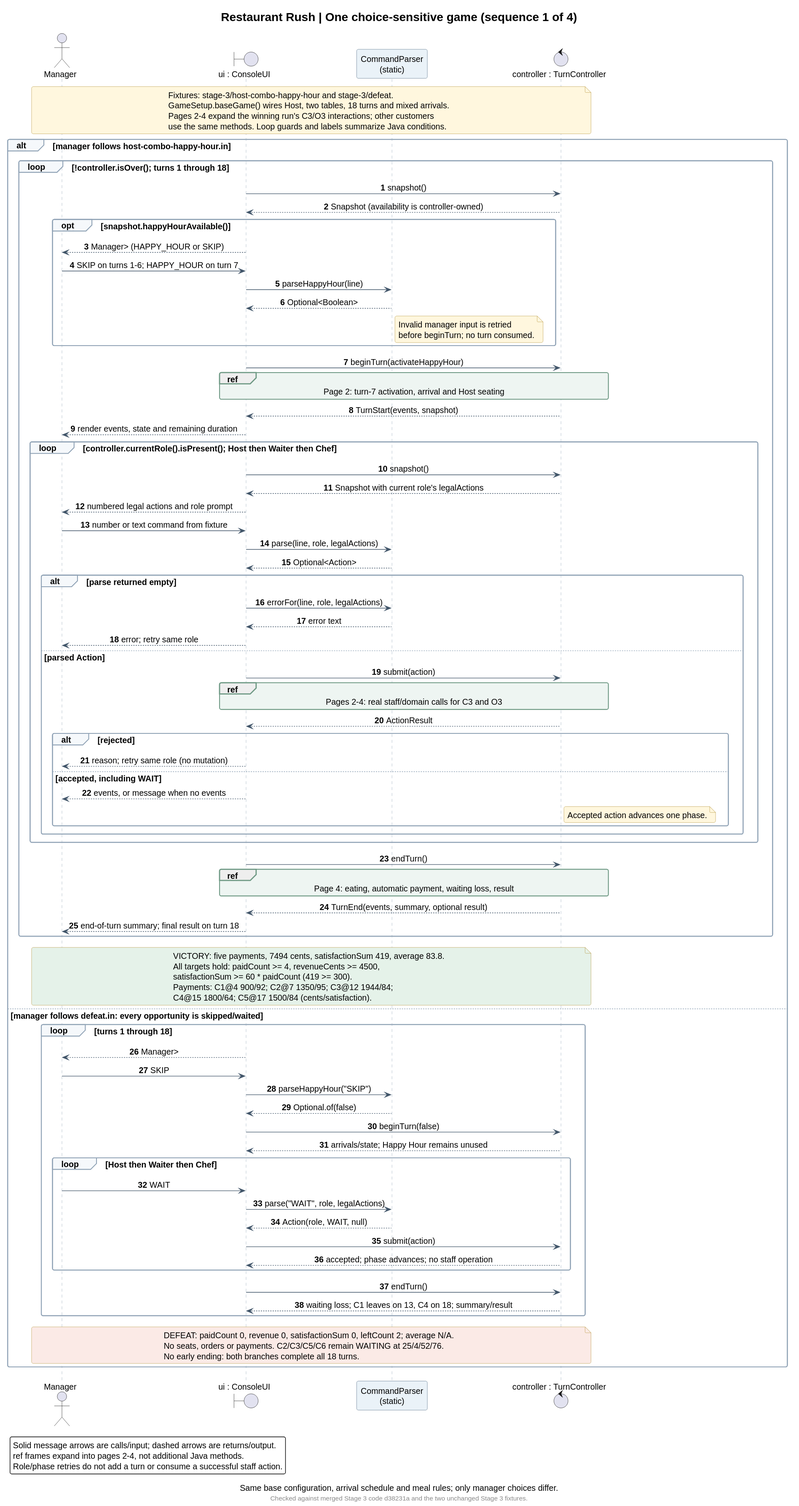
Above: docs/diagrams/exports/sequence-1-game.svg in respoopu/SC2002-lab-assignment-final (PlantUML), before the change. Its source is kept beside it as docs/diagrams/sequence-1-game.puml. Its diagram source:
```plantuml
@startuml sequence-1-game
!include style.iuml
title Restaurant Rush | One choice-sensitive game (sequence 1 of 4)
caption Same base configuration, arrival schedule and meal rules; only manager choices differ.
actor Manager
boundary "ui : ConsoleUI" as UI
participant "CommandParser\n(static)" as Parser
control "controller : TurnController" as TC
autonumber

note over Manager, TC
  Fixtures: stage-3/host-combo-happy-hour and stage-3/defeat.
  GameSetup.baseGame() wires Host, two tables, 18 turns and mixed arrivals.
  Pages 2-4 expand the winning run's C3/O3 interactions; other customers
  use the same methods. Loop guards and labels summarize Java conditions.
end note

alt manager follows host-combo-happy-hour.in
  loop !controller.isOver(); turns 1 through 18
    UI -> TC : snapshot()
    TC --> UI : Snapshot (availability is controller-owned)
    opt snapshot.happyHourAvailable()
      UI --> Manager : Manager> (HAPPY_HOUR or SKIP)
      Manager -> UI : SKIP on turns 1-6; HAPPY_HOUR on turn 7
      UI -> Parser : parseHappyHour(line)
      Parser --> UI : Optional<Boolean>
      note right of Parser
        Invalid manager input is retried
        before beginTurn; no turn consumed.
      end note
    end
    UI -> TC : beginTurn(activateHappyHour)
    ref over UI, TC : Page 2: turn-7 activation, arrival and Host seating
    TC --> UI : TurnStart(events, snapshot)
    UI --> Manager : render events, state and remaining duration
    loop controller.currentRole().isPresent(); Host then Waiter then Chef
      UI -> TC : snapshot()
      TC --> UI : Snapshot with current role's legalActions
      UI --> Manager : numbered legal actions and role prompt
      Manager -> UI : number or text command from fixture
      UI -> Parser : parse(line, role, legalActions)
      Parser --> UI : Optional<Action>
      alt parse returned empty
        UI -> Parser : errorFor(line, role, legalActions)
        Parser --> UI : error text
        UI --> Manager : error; retry same role
      else parsed Action
        UI -> TC : submit(action)
        ref over UI, TC : Pages 2-4: real staff/domain calls for C3 and O3
        TC --> UI : ActionResult
        alt rejected
          UI --> Manager : reason; retry same role (no mutation)
        else accepted, including WAIT
          UI --> Manager : events, or message when no events
          note right of TC : Accepted action advances one phase.
        end
      end
    end
    UI -> TC : endTurn()
    ref over UI, TC : Page 4: eating, automatic payment, waiting loss, result
    TC --> UI : TurnEnd(events, summary, optional result)
    UI --> Manager : end-of-turn summary; final result on turn 18
  end
  note over Manager, TC #E5F2E9
    VICTORY: five payments, 7494 cents, satisfactionSum 419, average 83.8.
    All targets hold: paidCount >= 4, revenueCents >= 4500,
    satisfactionSum >= 60 * paidCount (419 >= 300).
    Payments: C1@4 900/92; C2@7 1350/95; C3@12 1944/84;
    C4@15 1800/64; C5@17 1500/84 (cents/satisfaction).
  end note
else manager follows defeat.in: every opportunity is skipped/waited
  loop turns 1 through 18
    UI --> Manager : Manager>
    Manager -> UI : SKIP
    UI -> Parser : parseHappyHour("SKIP")
    Parser --> UI : Optional.of(false)
    UI -> TC : beginTurn(false)
    TC --> UI : arrivals/state; Happy Hour remains unused
    loop Host then Waiter then Chef
      Manager -> UI : WAIT
      UI -> Parser : parse("WAIT", role, legalActions)
      Parser --> UI : Action(role, WAIT, null)
      UI -> TC : submit(action)
      TC --> UI : accepted; phase advances; no staff operation
    end
    UI -> TC : endTurn()
    TC --> UI : waiting loss; C1 leaves on 13, C4 on 18; summary/result
  end
  note over Manager, TC #FBEAE6
    DEFEAT: paidCount 0, revenue 0, satisfactionSum 0, leftCount 2; average N/A.
    No seats, orders or payments. C2/C3/C5/C6 remain WAITING at 25/4/52/76.
    No early ending: both branches complete all 18 turns.
  end note
end

legend bottom left
  Solid message arrows are calls/input; dashed arrows are returns/output.
  ref frames expand into pages 2-4, not additional Java methods.
  Role/phase retries do not add a turn or consume a successful staff action.
endlegend
footer Checked against merged Stage 3 code d38231a and the two unchanged Stage 3 fixtures.
@enduml
```
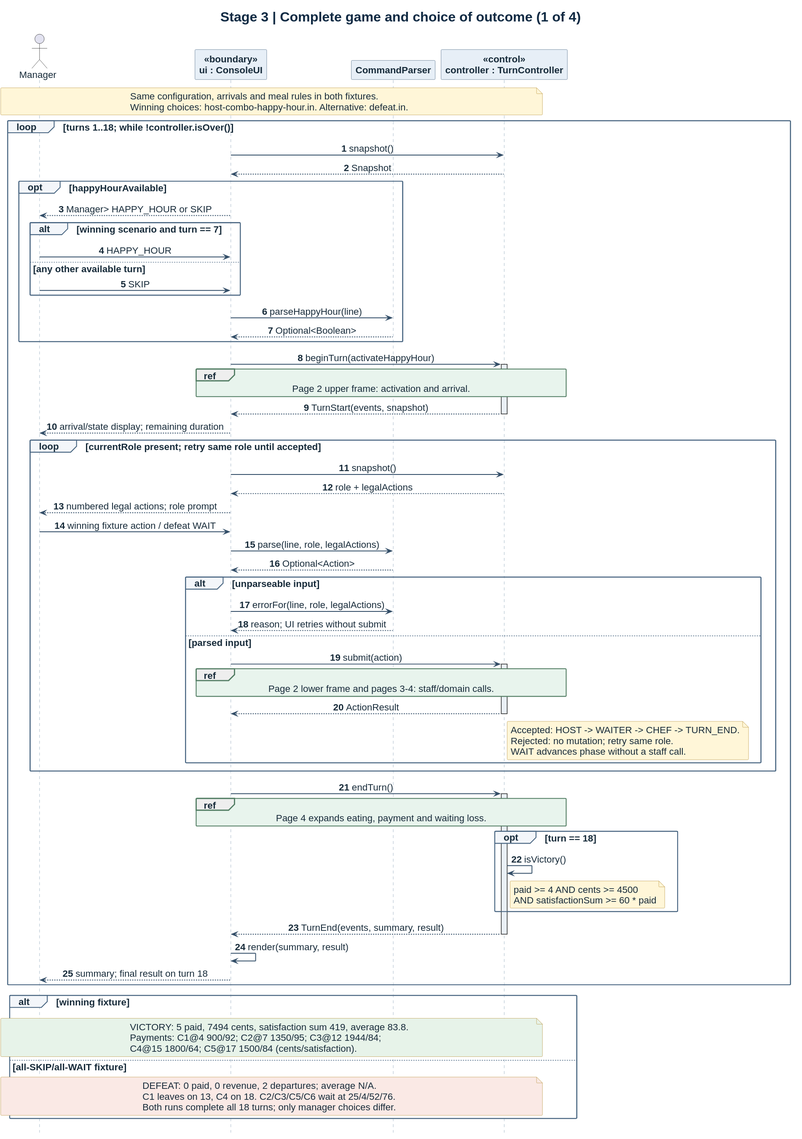
After the commit.

Change to the diagram source:
```diff
@@ -1,102 +1,77 @@
 @startuml sequence-1-game
 !include style.iuml
-title Restaurant Rush | One choice-sensitive game (sequence 1 of 4)
-caption Same base configuration, arrival schedule and meal rules; only manager choices differ.
+title Stage 3 | Complete game and choice of outcome (1 of 4)
+hide footbox
 actor Manager
-boundary "ui : ConsoleUI" as UI
-participant "CommandParser\n(static)" as Parser
-control "controller : TurnController" as TC
+participant "ui : ConsoleUI" as UI <<boundary>>
+participant CommandParser as Parser
+participant "controller : TurnController" as TC <<control>>
 autonumber
 
 note over Manager, TC
-  Fixtures: stage-3/host-combo-happy-hour and stage-3/defeat.
-  GameSetup.baseGame() wires Host, two tables, 18 turns and mixed arrivals.
-  Pages 2-4 expand the winning run's C3/O3 interactions; other customers
-  use the same methods. Loop guards and labels summarize Java conditions.
+  Same configuration, arrivals and meal rules in both fixtures.
+  Winning choices: host-combo-happy-hour.in. Alternative: defeat.in.
 end note
-
-alt manager follows host-combo-happy-hour.in
-  loop !controller.isOver(); turns 1 through 18
+loop turns 1..18; while !controller.isOver()
+  UI -> TC : snapshot()
+  TC --> UI : Snapshot
+  opt happyHourAvailable
+    UI --> Manager : Manager> HAPPY_HOUR or SKIP
+    alt winning scenario and turn == 7
+      Manager -> UI : HAPPY_HOUR
+    else any other available turn
+      Manager -> UI : SKIP
+    end
+    UI -> Parser : parseHappyHour(line)
+    Parser --> UI : Optional<Boolean>
+  end
+  UI -> TC ++ : beginTurn(activateHappyHour)
+  ref over UI, TC : Page 2 upper frame: activation and arrival.
+  TC --> UI -- : TurnStart(events, snapshot)
+  UI --> Manager : arrival/state display; remaining duration
+  loop currentRole present; retry same role until accepted
     UI -> TC : snapshot()
-    TC --> UI : Snapshot (availability is controller-owned)
-    opt snapshot.happyHourAvailable()
-      UI --> Manager : Manager> (HAPPY_HOUR or SKIP)
-      Manager -> UI : SKIP on turns 1-6; HAPPY_HOUR on turn 7
-      UI -> Parser : parseHappyHour(line)
-      Parser --> UI : Optional<Boolean>
-      note right of Parser
-        Invalid manager input is retried
-        before beginTurn; no turn consumed.
+    TC --> UI : role + legalActions
+    UI --> Manager : numbered legal actions; role prompt
+    Manager -> UI : winning fixture action / defeat WAIT
+    UI -> Parser : parse(line, role, legalActions)
+    Parser --> UI : Optional<Action>
+    alt unparseable input
+      UI -> Parser : errorFor(line, role, legalActions)
+      Parser --> UI : reason; UI retries without submit
+    else parsed input
+      UI -> TC ++ : submit(action)
+      ref over UI, TC : Page 2 lower frame and pages 3-4: staff/domain calls.
+      TC --> UI -- : ActionResult
+      note right of TC
+        Accepted: HOST -> WAITER -> CHEF -> TURN_END.
+        Rejected: no mutation; retry same role.
+        WAIT advances phase without a staff call.
       end note
     end
-    UI -> TC : beginTurn(activateHappyHour)
-    ref over UI, TC : Page 2: turn-7 activation, arrival and Host seating
-    TC --> UI : TurnStart(events, snapshot)
-    UI --> Manager : render events, state and remaining duration
-    loop controller.currentRole().isPresent(); Host then Waiter then Chef
-      UI -> TC : snapshot()
-      TC --> UI : Snapshot with current role's legalActions
-      UI --> Manager : numbered legal actions and role prompt
-      Manager -> UI : number or text command from fixture
-      UI -> Parser : parse(line, role, legalActions)
-      Parser --> UI : Optional<Action>
-      alt parse returned empty
-        UI -> Parser : errorFor(line, role, legalActions)
-        Parser --> UI : error text
-        UI --> Manager : error; retry same role
-      else parsed Action
-        UI -> TC : submit(action)
-        ref over UI, TC : Pages 2-4: real staff/domain calls for C3 and O3
-        TC --> UI : ActionResult
-        alt rejected
-          UI --> Manager : reason; retry same role (no mutation)
-        else accepted, including WAIT
-          UI --> Manager : events, or message when no events
-          note right of TC : Accepted action advances one phase.
-        end
-      end
-    end
-    UI -> TC : endTurn()
-    ref over UI, TC : Page 4: eating, automatic payment, waiting loss, result
-    TC --> UI : TurnEnd(events, summary, optional result)
-    UI --> Manager : end-of-turn summary; final result on turn 18
   end
-  note over Manager, TC #E5F2E9
-    VICTORY: five payments, 7494 cents, satisfactionSum 419, average 83.8.
-    All targets hold: paidCount >= 4, revenueCents >= 4500,
-    satisfactionSum >= 60 * paidCount (419 >= 300).
+  UI -> TC ++ : endTurn()
+  ref over UI, TC : Page 4 expands eating, payment and waiting loss.
+  opt turn == 18
+    TC -> TC : isVictory()
+    note right of TC : paid >= 4 AND cents >= 4500\nAND satisfactionSum >= 60 * paid
+  end
+  TC --> UI -- : TurnEnd(events, summary, result)
+  UI -> UI : render(summary, result)
+  UI --> Manager : summary; final result on turn 18
+end
+
+alt winning fixture
+  note over Manager, TC #E7F3E9
+    VICTORY: 5 paid, 7494 cents, satisfaction sum 419, average 83.8.
     Payments: C1@4 900/92; C2@7 1350/95; C3@12 1944/84;
     C4@15 1800/64; C5@17 1500/84 (cents/satisfaction).
   end note
-else manager follows defeat.in: every opportunity is skipped/waited
-  loop turns 1 through 18
-    UI --> Manager : Manager>
-    Manager -> UI : SKIP
-    UI -> Parser : parseHappyHour("SKIP")
-    Parser --> UI : Optional.of(false)
-    UI -> TC : beginTurn(false)
-    TC --> UI : arrivals/state; Happy Hour remains unused
-    loop Host then Waiter then Chef
-      Manager -> UI : WAIT
-      UI -> Parser : parse("WAIT", role, legalActions)
-      Parser --> UI : Action(role, WAIT, null)
-      UI -> TC : submit(action)
-      TC --> UI : accepted; phase advances; no staff operation
-    end
-    UI -> TC : endTurn()
-    TC --> UI : waiting loss; C1 leaves on 13, C4 on 18; summary/result
-  end
-  note over Manager, TC #FBEAE6
-    DEFEAT: paidCount 0, revenue 0, satisfactionSum 0, leftCount 2; average N/A.
-    No seats, orders or payments. C2/C3/C5/C6 remain WAITING at 25/4/52/76.
-    No early ending: both branches complete all 18 turns.
+else all-SKIP/all-WAIT fixture
+  note over Manager, TC #FAE9E5
+    DEFEAT: 0 paid, 0 revenue, 2 departures; average N/A.
+    C1 leaves on 13, C4 on 18. C2/C3/C5/C6 wait at 25/4/52/76.
+    Both runs complete all 18 turns; only manager choices differ.
   end note
 end
-
-legend bottom left
-  Solid message arrows are calls/input; dashed arrows are returns/output.
-  ref frames expand into pages 2-4, not additional Java methods.
-  Role/phase retries do not add a turn or consume a successful staff action.
-endlegend
-footer Checked against merged Stage 3 code d38231a and the two unchanged Stage 3 fixtures.
 @enduml
```
